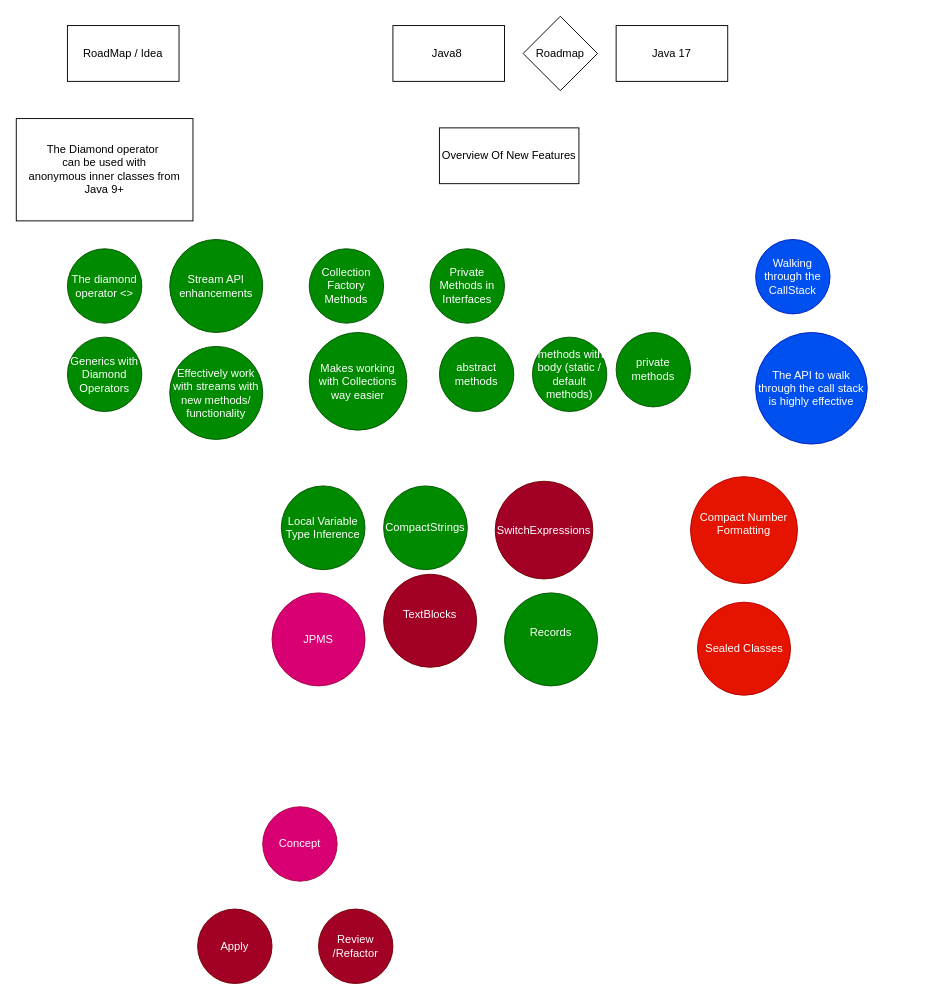
Before: page "Top New Features That I can Explore" (2 of 13) of Diagrams/New Features Java.drawio in THRGLO02MAY2025GIT-HUB/THRGLO02MAY2025GIT-REPO, a draw.io diagram. Source tidied: cells renumbered, new cells numbered last; positions are measured from the earlier drawing's top-left corner, leaving out a move shared by most shapes. Both pictures are drawn from the tidied source at 93%, with x=0, y=0 at pixel (16, 16).
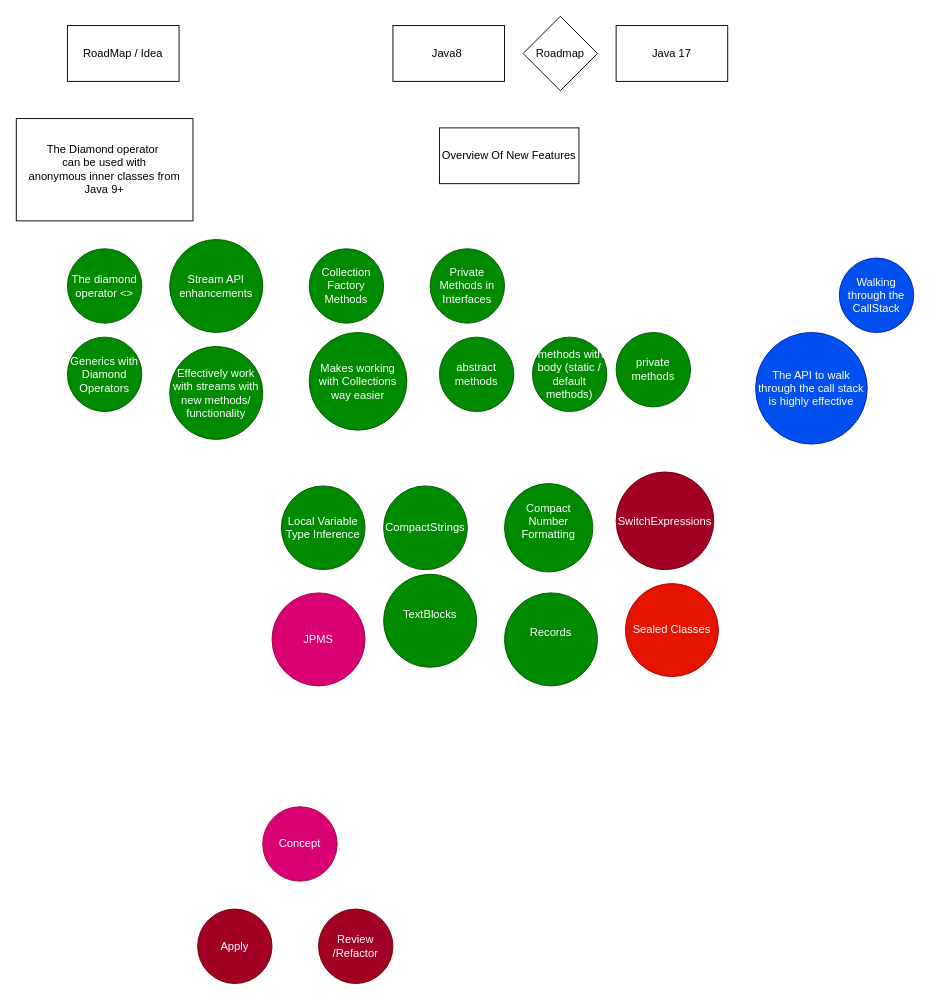
The same page after the edit.

The edit, as a diff of the source:
```diff
@@
     <mxCell id="10" value="Walking through the CallStack" style="ellipse;whiteSpace=wrap;html=1;fillColor=#0050ef;fontColor=#ffffff;strokeColor=#001DBC;" parent="1" vertex="1">
-      <mxGeometry x="795" y="240" width="80" height="80" as="geometry" />
+      <mxGeometry x="885" y="260" width="80" height="80" as="geometry" />
     </mxCell>
@@
     <mxCell id="12" value="SwitchExpressions" style="ellipse;whiteSpace=wrap;html=1;fillColor=#a20025;fontColor=#ffffff;strokeColor=#6F0000;" parent="1" vertex="1">
-      <mxGeometry x="515" y="500" width="105" height="105" as="geometry" />
+      <mxGeometry x="645" y="490" width="105" height="105" as="geometry" />
     </mxCell>
-    <mxCell id="13" value="Compact Number Formatting&lt;div&gt;&lt;br&gt;&lt;/div&gt;" style="ellipse;whiteSpace=wrap;html=1;fillColor=#e51400;fontColor=#ffffff;strokeColor=#B20000;" parent="1" vertex="1">
-      <mxGeometry x="725" y="495" width="115" height="115" as="geometry" />
+    <mxCell id="13" value="Compact Number Formatting&lt;div&gt;&lt;br&gt;&lt;/div&gt;" style="ellipse;whiteSpace=wrap;html=1;fillColor=#008a00;fontColor=#ffffff;strokeColor=#005700;" parent="1" vertex="1">
+      <mxGeometry x="525" y="502.5" width="95" height="95" as="geometry" />
     </mxCell>
-    <mxCell id="14" value="&lt;div&gt;TextBlocks&lt;/div&gt;&lt;div&gt;&lt;br&gt;&lt;/div&gt;" style="ellipse;whiteSpace=wrap;html=1;fillColor=#a20025;fontColor=#ffffff;strokeColor=#6F0000;" parent="1" vertex="1">
+    <mxCell id="14" value="&lt;div&gt;TextBlocks&lt;/div&gt;&lt;div&gt;&lt;br&gt;&lt;/div&gt;" style="ellipse;whiteSpace=wrap;html=1;fillColor=#008a00;fontColor=#ffffff;strokeColor=#005700;" parent="1" vertex="1">
       <mxGeometry x="395" y="600" width="100" height="100" as="geometry" />
     </mxCell>
@@
     <mxCell id="16" value="&lt;div&gt;Sealed Classes&lt;/div&gt;" style="ellipse;whiteSpace=wrap;html=1;fillColor=#e51400;fontColor=#ffffff;strokeColor=#B20000;" parent="1" vertex="1">
-      <mxGeometry x="732.5" y="630" width="100" height="100" as="geometry" />
+      <mxGeometry x="655" y="610" width="100" height="100" as="geometry" />
     </mxCell>
```
